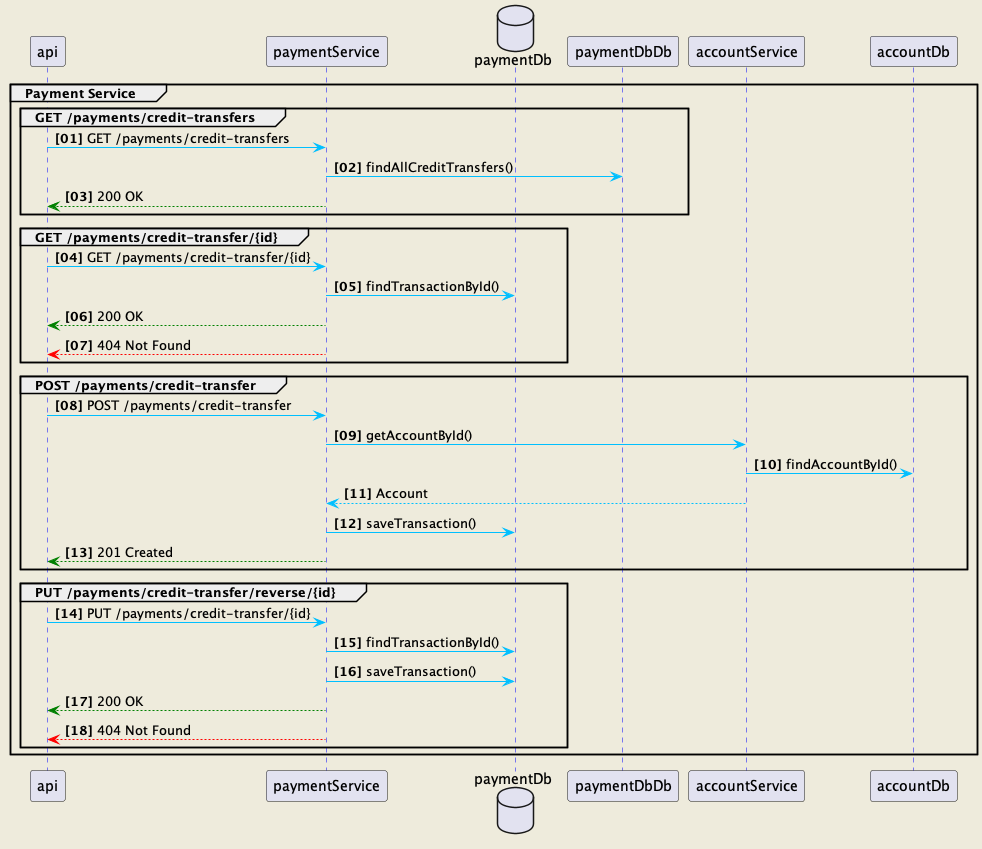
Earlier version of the PlantUML export docs/payment.png (C0d3N1nJ4/payment-service). Its diagram source:
```plantuml
@startuml
skinparam backgroundColor #EEEBDC
skinparam sequence {
ArrowColor DeepSkyBlue
ActorBorderColor DeepSkyBlue
LifeLineBorderColor blue
LifeLineBackgroundColor #A9DCDF}

autonumber 1 1 "<b>[00]"
group Payment Service
    group GET /payments/credit-transfers
        api -> paymentService: GET /payments/credit-transfers
        database    paymentDb    as paymentDb
        paymentService -> paymentDbDb: findAllCreditTransfers()
        api <-[#green]- paymentService: 200 OK
    end
    group GET /payments/credit-transfer/{id}
        api -> paymentService: GET /payments/credit-transfer/{id}
        paymentService -> paymentDb: findTransactionById()
        api <-[#green]- paymentService: 200 OK
        api <-[#red]- paymentService: 404 Not Found
    end
    group POST /payments/credit-transfer
           api -> paymentService: POST /payments/credit-transfer
            paymentService -> accountService: getAccountById()
            accountService -> accountDb: findAccountById()
            accountService --> paymentService: Account
            paymentService -> paymentDb: saveTransaction()
            api <-[#green]- paymentService: 201 Created
    end
    group PUT /payments/credit-transfer/reverse/{id}
        api -> paymentService: PUT /payments/credit-transfer/{id}
        paymentService -> paymentDb: findTransactionById()
        paymentService -> paymentDb: saveTransaction()
        api <-[#green]- paymentService: 200 OK
        api <-[#red]- paymentService: 404 Not Found
    end
end
@enduml
```
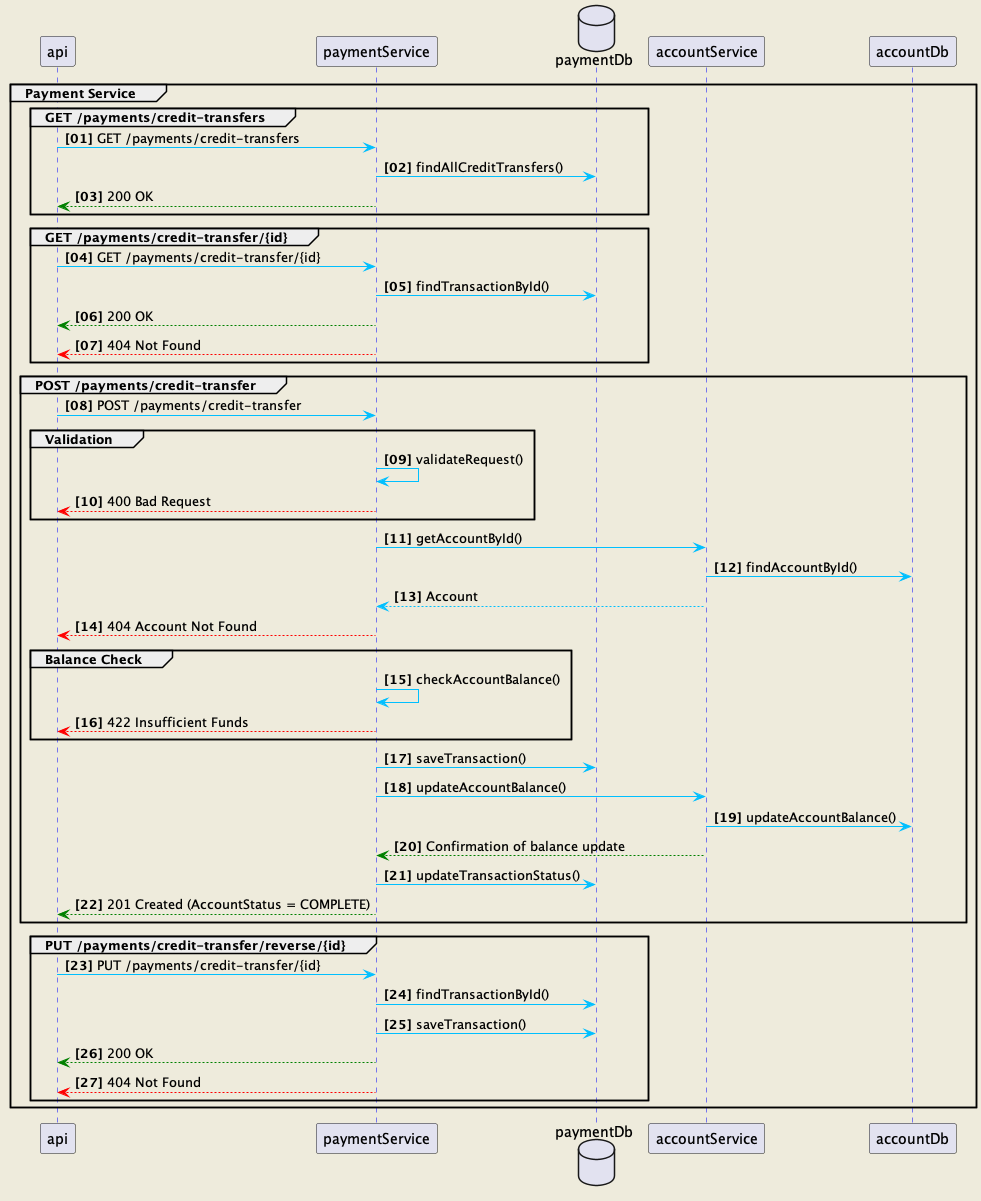
The same diagram one commit later.

Commit message:
Updated process flow diagram

Diff of the diagram source:
```diff
@@ -11,7 +11,7 @@
     group GET /payments/credit-transfers
         api -> paymentService: GET /payments/credit-transfers
         database    paymentDb    as paymentDb
-        paymentService -> paymentDbDb: findAllCreditTransfers()
+        paymentService -> paymentDb: findAllCreditTransfers()
         api <-[#green]- paymentService: 200 OK
     end
     group GET /payments/credit-transfer/{id}
@@ -22,11 +22,24 @@
     end
     group POST /payments/credit-transfer
            api -> paymentService: POST /payments/credit-transfer
-            paymentService -> accountService: getAccountById()
-            accountService -> accountDb: findAccountById()
-            accountService --> paymentService: Account
+           group Validation
+               paymentService -> paymentService: validateRequest()
+               api <-[#red]- paymentService: 400 Bad Request
+           end
+           paymentService -> accountService: getAccountById()
+           accountService -> accountDb: findAccountById()
+           accountService --> paymentService: Account
+           api <-[#red]- paymentService: 404 Account Not Found
+            group Balance Check
+                    paymentService -> paymentService: checkAccountBalance()
+                    api <-[#red]- paymentService: 422 Insufficient Funds
+            end
             paymentService -> paymentDb: saveTransaction()
-            api <-[#green]- paymentService: 201 Created
+            paymentService -> accountService: updateAccountBalance()
+            accountService -> accountDb: updateAccountBalance()
+            accountService -[#green]-> paymentService: Confirmation of balance update
+            paymentService -> paymentDb: updateTransactionStatus()
+            api <-[#green]- paymentService: 201 Created (AccountStatus = COMPLETE)
     end
     group PUT /payments/credit-transfer/reverse/{id}
         api -> paymentService: PUT /payments/credit-transfer/{id}
```
